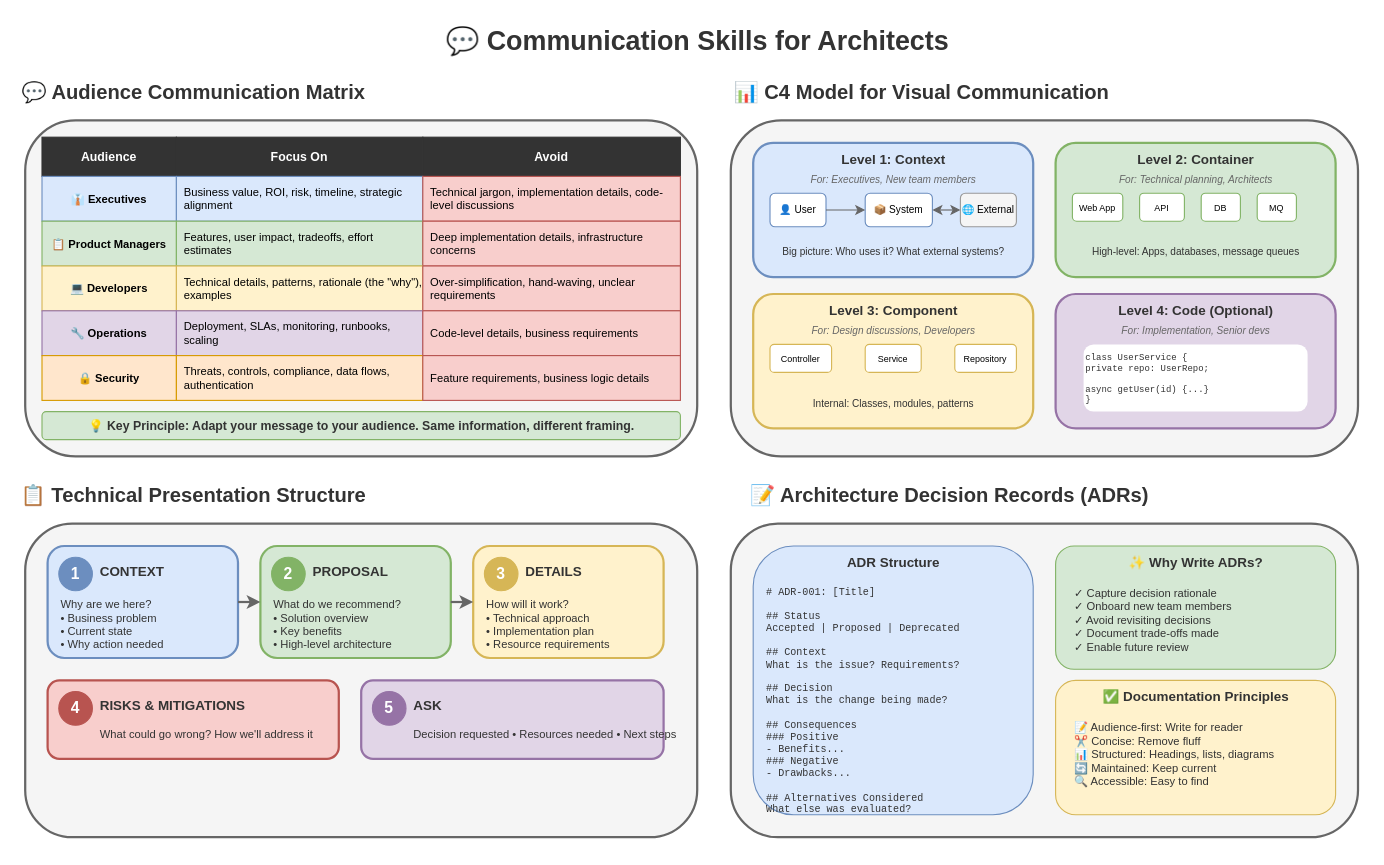
This is lesson-10-soft-skills/01-communication/1.1-communication-skills.drawio from MrParkerZ7/document-lesson-software-architect-x-claude, a draw.io file, before an edit. Source tidied: cells renumbered, new cells numbered last; positions are measured from the earlier drawing's top-left corner, leaving out a move shared by most shapes. Both pictures are drawn from the tidied source at 112%, with x=0, y=0 at pixel (25, 19).
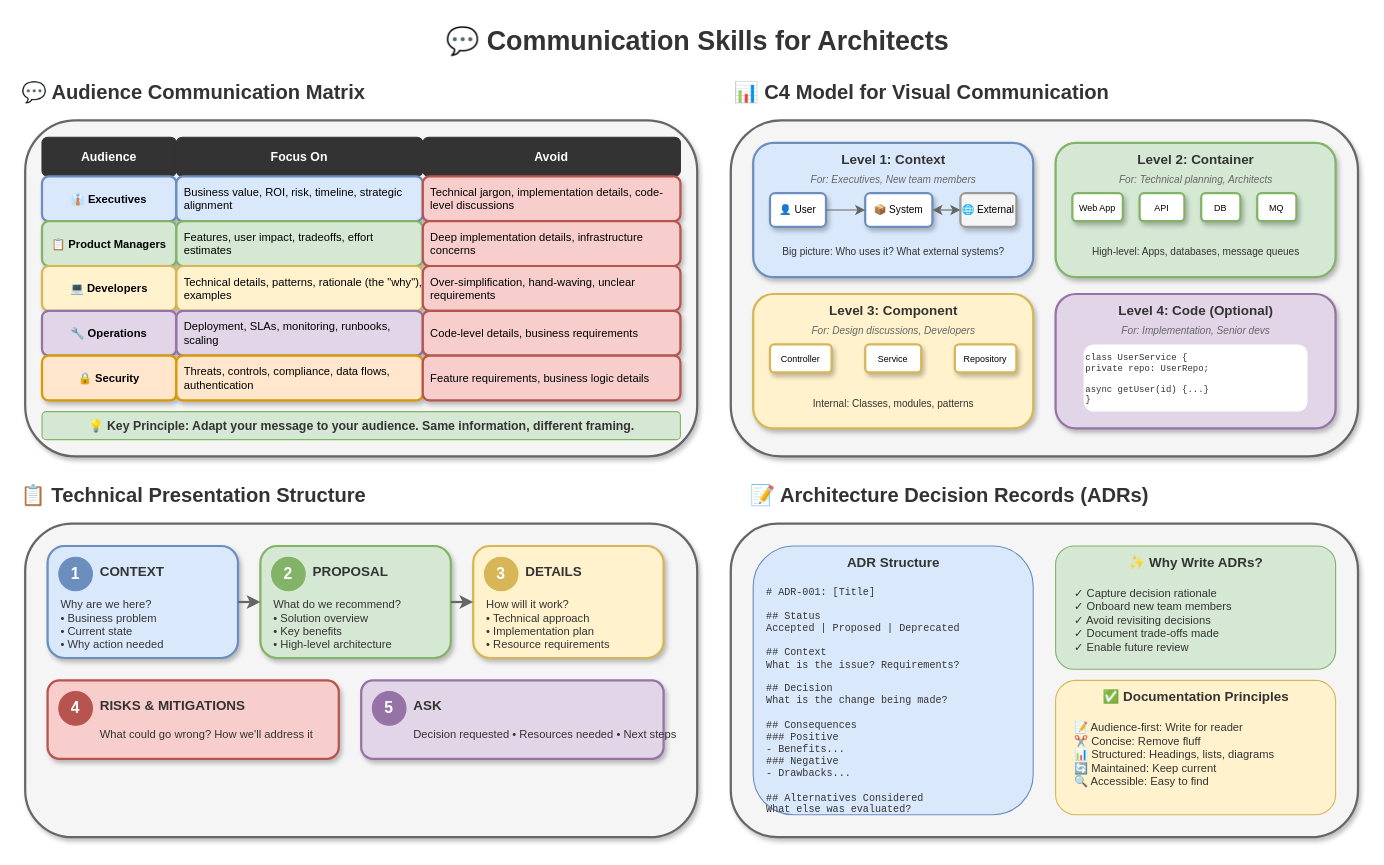
The same diagram, later.

What changed in the source:
```diff
@@
-    <mxCell id="4" style="rounded=1;whiteSpace=wrap;html=1;fillColor=#f5f5f5;strokeColor=#666666;strokeWidth=2;" parent="1" vertex="1">
+    <mxCell id="4" style="rounded=1;whiteSpace=wrap;html=1;fillColor=#f5f5f5;strokeColor=#666666;shadow=1;strokeWidth=2;" parent="1" vertex="1">
       <mxGeometry y="90" width="600" height="300" as="geometry" />
     </mxCell>
-    <mxCell id="5" value="Audience" style="rounded=0;whiteSpace=wrap;html=1;fillColor=#333333;strokeColor=#333333;fontColor=#ffffff;fontStyle=1;fontSize=11;" parent="1" vertex="1">
+    <mxCell id="5" value="Audience" style="rounded=1;whiteSpace=wrap;html=1;fillColor=#333333;strokeColor=#333333;fontColor=#ffffff;fontStyle=1;fontSize=11;" parent="1" vertex="1">
       <mxGeometry x="15" y="105" width="120" height="35" as="geometry" />
     </mxCell>
-    <mxCell id="6" value="Focus On" style="rounded=0;whiteSpace=wrap;html=1;fillColor=#333333;strokeColor=#333333;fontColor=#ffffff;fontStyle=1;fontSize=11;" parent="1" vertex="1">
+    <mxCell id="6" value="Focus On" style="rounded=1;whiteSpace=wrap;html=1;fillColor=#333333;strokeColor=#333333;fontColor=#ffffff;fontStyle=1;fontSize=11;" parent="1" vertex="1">
       <mxGeometry x="135" y="105" width="220" height="35" as="geometry" />
     </mxCell>
-    <mxCell id="7" value="Avoid" style="rounded=0;whiteSpace=wrap;html=1;fillColor=#333333;strokeColor=#333333;fontColor=#ffffff;fontStyle=1;fontSize=11;" parent="1" vertex="1">
+    <mxCell id="7" value="Avoid" style="rounded=1;whiteSpace=wrap;html=1;fillColor=#333333;strokeColor=#333333;fontColor=#ffffff;fontStyle=1;fontSize=11;" parent="1" vertex="1">
       <mxGeometry x="355" y="105" width="230" height="35" as="geometry" />
     </mxCell>
-    <mxCell id="8" value="👔 Executives" style="rounded=0;whiteSpace=wrap;html=1;fillColor=#dae8fc;strokeColor=#6c8ebf;fontSize=10;fontStyle=1;" parent="1" vertex="1">
+    <mxCell id="8" value="👔 Executives" style="rounded=1;whiteSpace=wrap;html=1;fillColor=#dae8fc;strokeColor=#6c8ebf;shadow=1;strokeWidth=2;fontSize=10;fontStyle=1;" parent="1" vertex="1">
       <mxGeometry x="15" y="140" width="120" height="40" as="geometry" />
     </mxCell>
-    <mxCell id="9" value="Business value, ROI, risk, timeline, strategic alignment" style="rounded=0;whiteSpace=wrap;html=1;fillColor=#dae8fc;strokeColor=#6c8ebf;fontSize=10;align=left;spacingLeft=5;" parent="1" vertex="1">
+    <mxCell id="9" value="Business value, ROI, risk, timeline, strategic alignment" style="rounded=1;whiteSpace=wrap;html=1;fillColor=#dae8fc;strokeColor=#6c8ebf;shadow=1;strokeWidth=2;fontSize=10;align=left;spacingLeft=5;" parent="1" vertex="1">
       <mxGeometry x="135" y="140" width="220" height="40" as="geometry" />
     </mxCell>
-    <mxCell id="10" value="Technical jargon, implementation details, code-level discussions" style="rounded=0;whiteSpace=wrap;html=1;fillColor=#f8cecc;strokeColor=#b85450;fontSize=10;align=left;spacingLeft=5;" parent="1" vertex="1">
+    <mxCell id="10" value="Technical jargon, implementation details, code-level discussions" style="rounded=1;whiteSpace=wrap;html=1;fillColor=#f8cecc;strokeColor=#b85450;shadow=1;strokeWidth=2;fontSize=10;align=left;spacingLeft=5;" parent="1" vertex="1">
       <mxGeometry x="355" y="140" width="230" height="40" as="geometry" />
     </mxCell>
-    <mxCell id="11" value="📋 Product Managers" style="rounded=0;whiteSpace=wrap;html=1;fillColor=#d5e8d4;strokeColor=#82b366;fontSize=10;fontStyle=1;" parent="1" vertex="1">
+    <mxCell id="11" value="📋 Product Managers" style="rounded=1;whiteSpace=wrap;html=1;fillColor=#d5e8d4;strokeColor=#82b366;shadow=1;strokeWidth=2;fontSize=10;fontStyle=1;" parent="1" vertex="1">
       <mxGeometry x="15" y="180" width="120" height="40" as="geometry" />
     </mxCell>
-    <mxCell id="12" value="Features, user impact, tradeoffs, effort estimates" style="rounded=0;whiteSpace=wrap;html=1;fillColor=#d5e8d4;strokeColor=#82b366;fontSize=10;align=left;spacingLeft=5;" parent="1" vertex="1">
+    <mxCell id="12" value="Features, user impact, tradeoffs, effort estimates" style="rounded=1;whiteSpace=wrap;html=1;fillColor=#d5e8d4;strokeColor=#82b366;shadow=1;strokeWidth=2;fontSize=10;align=left;spacingLeft=5;" parent="1" vertex="1">
       <mxGeometry x="135" y="180" width="220" height="40" as="geometry" />
     </mxCell>
-    <mxCell id="13" value="Deep implementation details, infrastructure concerns" style="rounded=0;whiteSpace=wrap;html=1;fillColor=#f8cecc;strokeColor=#b85450;fontSize=10;align=left;spacingLeft=5;" parent="1" vertex="1">
+    <mxCell id="13" value="Deep implementation details, infrastructure concerns" style="rounded=1;whiteSpace=wrap;html=1;fillColor=#f8cecc;strokeColor=#b85450;shadow=1;strokeWidth=2;fontSize=10;align=left;spacingLeft=5;" parent="1" vertex="1">
       <mxGeometry x="355" y="180" width="230" height="40" as="geometry" />
     </mxCell>
-    <mxCell id="14" value="💻 Developers" style="rounded=0;whiteSpace=wrap;html=1;fillColor=#fff2cc;strokeColor=#d6b656;fontSize=10;fontStyle=1;" parent="1" vertex="1">
+    <mxCell id="14" value="💻 Developers" style="rounded=1;whiteSpace=wrap;html=1;fillColor=#fff2cc;strokeColor=#d6b656;shadow=1;strokeWidth=2;fontSize=10;fontStyle=1;" parent="1" vertex="1">
       <mxGeometry x="15" y="220" width="120" height="40" as="geometry" />
     </mxCell>
-    <mxCell id="15" value="Technical details, patterns, rationale (the &quot;why&quot;), examples" style="rounded=0;whiteSpace=wrap;html=1;fillColor=#fff2cc;strokeColor=#d6b656;fontSize=10;align=left;spacingLeft=5;" parent="1" vertex="1">
+    <mxCell id="15" value="Technical details, patterns, rationale (the &quot;why&quot;), examples" style="rounded=1;whiteSpace=wrap;html=1;fillColor=#fff2cc;strokeColor=#d6b656;shadow=1;strokeWidth=2;fontSize=10;align=left;spacingLeft=5;" parent="1" vertex="1">
       <mxGeometry x="135" y="220" width="220" height="40" as="geometry" />
     </mxCell>
-    <mxCell id="16" value="Over-simplification, hand-waving, unclear requirements" style="rounded=0;whiteSpace=wrap;html=1;fillColor=#f8cecc;strokeColor=#b85450;fontSize=10;align=left;spacingLeft=5;" parent="1" vertex="1">
+    <mxCell id="16" value="Over-simplification, hand-waving, unclear requirements" style="rounded=1;whiteSpace=wrap;html=1;fillColor=#f8cecc;strokeColor=#b85450;shadow=1;strokeWidth=2;fontSize=10;align=left;spacingLeft=5;" parent="1" vertex="1">
       <mxGeometry x="355" y="220" width="230" height="40" as="geometry" />
     </mxCell>
-    <mxCell id="17" value="🔧 Operations" style="rounded=0;whiteSpace=wrap;html=1;fillColor=#e1d5e7;strokeColor=#9673a6;fontSize=10;fontStyle=1;" parent="1" vertex="1">
+    <mxCell id="17" value="🔧 Operations" style="rounded=1;whiteSpace=wrap;html=1;fillColor=#e1d5e7;strokeColor=#9673a6;shadow=1;strokeWidth=2;fontSize=10;fontStyle=1;" parent="1" vertex="1">
       <mxGeometry x="15" y="260" width="120" height="40" as="geometry" />
     </mxCell>
-    <mxCell id="18" value="Deployment, SLAs, monitoring, runbooks, scaling" style="rounded=0;whiteSpace=wrap;html=1;fillColor=#e1d5e7;strokeColor=#9673a6;fontSize=10;align=left;spacingLeft=5;" parent="1" vertex="1">
+    <mxCell id="18" value="Deployment, SLAs, monitoring, runbooks, scaling" style="rounded=1;whiteSpace=wrap;html=1;fillColor=#e1d5e7;strokeColor=#9673a6;shadow=1;strokeWidth=2;fontSize=10;align=left;spacingLeft=5;" parent="1" vertex="1">
       <mxGeometry x="135" y="260" width="220" height="40" as="geometry" />
     </mxCell>
-    <mxCell id="19" value="Code-level details, business requirements" style="rounded=0;whiteSpace=wrap;html=1;fillColor=#f8cecc;strokeColor=#b85450;fontSize=10;align=left;spacingLeft=5;" parent="1" vertex="1">
+    <mxCell id="19" value="Code-level details, business requirements" style="rounded=1;whiteSpace=wrap;html=1;fillColor=#f8cecc;strokeColor=#b85450;shadow=1;strokeWidth=2;fontSize=10;align=left;spacingLeft=5;" parent="1" vertex="1">
       <mxGeometry x="355" y="260" width="230" height="40" as="geometry" />
     </mxCell>
-    <mxCell id="20" value="🔒 Security" style="rounded=0;whiteSpace=wrap;html=1;fillColor=#ffe6cc;strokeColor=#d79b00;fontSize=10;fontStyle=1;" parent="1" vertex="1">
+    <mxCell id="20" value="🔒 Security" style="rounded=1;whiteSpace=wrap;html=1;fillColor=#ffe6cc;strokeColor=#d79b00;shadow=1;strokeWidth=2;fontSize=10;fontStyle=1;" parent="1" vertex="1">
       <mxGeometry x="15" y="300" width="120" height="40" as="geometry" />
     </mxCell>
-    <mxCell id="21" value="Threats, controls, compliance, data flows, authentication" style="rounded=0;whiteSpace=wrap;html=1;fillColor=#ffe6cc;strokeColor=#d79b00;fontSize=10;align=left;spacingLeft=5;" parent="1" vertex="1">
+    <mxCell id="21" value="Threats, controls, compliance, data flows, authentication" style="rounded=1;whiteSpace=wrap;html=1;fillColor=#ffe6cc;strokeColor=#d79b00;shadow=1;strokeWidth=2;fontSize=10;align=left;spacingLeft=5;" parent="1" vertex="1">
       <mxGeometry x="135" y="300" width="220" height="40" as="geometry" />
     </mxCell>
-    <mxCell id="22" value="Feature requirements, business logic details" style="rounded=0;whiteSpace=wrap;html=1;fillColor=#f8cecc;strokeColor=#b85450;fontSize=10;align=left;spacingLeft=5;" parent="1" vertex="1">
+    <mxCell id="22" value="Feature requirements, business logic details" style="rounded=1;whiteSpace=wrap;html=1;fillColor=#f8cecc;strokeColor=#b85450;shadow=1;strokeWidth=2;fontSize=10;align=left;spacingLeft=5;" parent="1" vertex="1">
       <mxGeometry x="355" y="300" width="230" height="40" as="geometry" />
     </mxCell>
@@
-    <mxCell id="25" style="rounded=1;whiteSpace=wrap;html=1;fillColor=#f5f5f5;strokeColor=#666666;strokeWidth=2;" parent="1" vertex="1">
+    <mxCell id="25" style="rounded=1;whiteSpace=wrap;html=1;fillColor=#f5f5f5;strokeColor=#666666;shadow=1;strokeWidth=2;" parent="1" vertex="1">
       <mxGeometry x="630" y="90" width="560" height="300" as="geometry" />
     </mxCell>
-    <mxCell id="26" style="rounded=1;whiteSpace=wrap;html=1;fillColor=#dae8fc;strokeColor=#6c8ebf;strokeWidth=2;" parent="1" vertex="1">
+    <mxCell id="26" style="rounded=1;whiteSpace=wrap;html=1;fillColor=#dae8fc;strokeColor=#6c8ebf;strokeWidth=2;shadow=1;" parent="1" vertex="1">
       <mxGeometry x="650" y="110" width="250" height="120" as="geometry" />
     </mxCell>
@@
-    <mxCell id="29" value="👤 User" style="rounded=1;whiteSpace=wrap;html=1;fillColor=#ffffff;strokeColor=#6c8ebf;fontSize=9;" parent="1" vertex="1">
+    <mxCell id="29" value="👤 User" style="rounded=1;whiteSpace=wrap;html=1;fillColor=#ffffff;strokeColor=#6c8ebf;shadow=1;strokeWidth=2;fontSize=9;" parent="1" vertex="1">
       <mxGeometry x="665" y="155" width="50" height="30" as="geometry" />
     </mxCell>
-    <mxCell id="30" value="📦 System" style="rounded=1;whiteSpace=wrap;html=1;fillColor=#ffffff;strokeColor=#6c8ebf;fontSize=9;" parent="1" vertex="1">
+    <mxCell id="30" value="📦 System" style="rounded=1;whiteSpace=wrap;html=1;fillColor=#ffffff;strokeColor=#6c8ebf;shadow=1;strokeWidth=2;fontSize=9;" parent="1" vertex="1">
       <mxGeometry x="750" y="155" width="60" height="30" as="geometry" />
     </mxCell>
-    <mxCell id="31" value="🌐 External" style="rounded=1;whiteSpace=wrap;html=1;fillColor=#f5f5f5;strokeColor=#999999;fontSize=9;" parent="1" vertex="1">
+    <mxCell id="31" value="🌐 External" style="rounded=1;whiteSpace=wrap;html=1;fillColor=#f5f5f5;strokeColor=#999999;shadow=1;strokeWidth=2;fontSize=9;" parent="1" vertex="1">
       <mxGeometry x="835" y="155" width="50" height="30" as="geometry" />
     </mxCell>
@@
-    <mxCell id="35" style="rounded=1;whiteSpace=wrap;html=1;fillColor=#d5e8d4;strokeColor=#82b366;strokeWidth=2;" parent="1" vertex="1">
+    <mxCell id="35" style="rounded=1;whiteSpace=wrap;html=1;fillColor=#d5e8d4;strokeColor=#82b366;strokeWidth=2;shadow=1;" parent="1" vertex="1">
       <mxGeometry x="920" y="110" width="250" height="120" as="geometry" />
     </mxCell>
@@
-    <mxCell id="38" value="Web App" style="rounded=1;whiteSpace=wrap;html=1;fillColor=#ffffff;strokeColor=#82b366;fontSize=8;" parent="1" vertex="1">
+    <mxCell id="38" value="Web App" style="rounded=1;whiteSpace=wrap;html=1;fillColor=#ffffff;strokeColor=#82b366;shadow=1;strokeWidth=2;fontSize=8;" parent="1" vertex="1">
       <mxGeometry x="935" y="155" width="45" height="25" as="geometry" />
     </mxCell>
-    <mxCell id="39" value="API" style="rounded=1;whiteSpace=wrap;html=1;fillColor=#ffffff;strokeColor=#82b366;fontSize=8;" parent="1" vertex="1">
+    <mxCell id="39" value="API" style="rounded=1;whiteSpace=wrap;html=1;fillColor=#ffffff;strokeColor=#82b366;shadow=1;strokeWidth=2;fontSize=8;" parent="1" vertex="1">
       <mxGeometry x="995" y="155" width="40" height="25" as="geometry" />
     </mxCell>
-    <mxCell id="40" value="DB" style="rounded=1;whiteSpace=wrap;html=1;fillColor=#ffffff;strokeColor=#82b366;fontSize=8;" parent="1" vertex="1">
+    <mxCell id="40" value="DB" style="rounded=1;whiteSpace=wrap;html=1;fillColor=#ffffff;strokeColor=#82b366;shadow=1;strokeWidth=2;fontSize=8;" parent="1" vertex="1">
       <mxGeometry x="1050" y="155" width="35" height="25" as="geometry" />
     </mxCell>
-    <mxCell id="41" value="MQ" style="rounded=1;whiteSpace=wrap;html=1;fillColor=#ffffff;strokeColor=#82b366;fontSize=8;" parent="1" vertex="1">
+    <mxCell id="41" value="MQ" style="rounded=1;whiteSpace=wrap;html=1;fillColor=#ffffff;strokeColor=#82b366;shadow=1;strokeWidth=2;fontSize=8;" parent="1" vertex="1">
       <mxGeometry x="1100" y="155" width="35" height="25" as="geometry" />
     </mxCell>
@@
-    <mxCell id="43" style="rounded=1;whiteSpace=wrap;html=1;fillColor=#fff2cc;strokeColor=#d6b656;strokeWidth=2;" parent="1" vertex="1">
+    <mxCell id="43" style="rounded=1;whiteSpace=wrap;html=1;fillColor=#fff2cc;strokeColor=#d6b656;strokeWidth=2;shadow=1;" parent="1" vertex="1">
       <mxGeometry x="650" y="245" width="250" height="120" as="geometry" />
     </mxCell>
@@
-    <mxCell id="46" value="Controller" style="rounded=1;whiteSpace=wrap;html=1;fillColor=#ffffff;strokeColor=#d6b656;fontSize=8;" parent="1" vertex="1">
+    <mxCell id="46" value="Controller" style="rounded=1;whiteSpace=wrap;html=1;fillColor=#ffffff;strokeColor=#d6b656;shadow=1;strokeWidth=2;fontSize=8;" parent="1" vertex="1">
       <mxGeometry x="665" y="290" width="55" height="25" as="geometry" />
     </mxCell>
-    <mxCell id="47" value="Service" style="rounded=1;whiteSpace=wrap;html=1;fillColor=#ffffff;strokeColor=#d6b656;fontSize=8;" parent="1" vertex="1">
+    <mxCell id="47" value="Service" style="rounded=1;whiteSpace=wrap;html=1;fillColor=#ffffff;strokeColor=#d6b656;shadow=1;strokeWidth=2;fontSize=8;" parent="1" vertex="1">
       <mxGeometry x="750" y="290" width="50" height="25" as="geometry" />
     </mxCell>
-    <mxCell id="48" value="Repository" style="rounded=1;whiteSpace=wrap;html=1;fillColor=#ffffff;strokeColor=#d6b656;fontSize=8;" parent="1" vertex="1">
+    <mxCell id="48" value="Repository" style="rounded=1;whiteSpace=wrap;html=1;fillColor=#ffffff;strokeColor=#d6b656;shadow=1;strokeWidth=2;fontSize=8;" parent="1" vertex="1">
       <mxGeometry x="830" y="290" width="55" height="25" as="geometry" />
     </mxCell>
@@
-    <mxCell id="50" style="rounded=1;whiteSpace=wrap;html=1;fillColor=#e1d5e7;strokeColor=#9673a6;strokeWidth=2;" parent="1" vertex="1">
+    <mxCell id="50" style="rounded=1;whiteSpace=wrap;html=1;fillColor=#e1d5e7;strokeColor=#9673a6;strokeWidth=2;shadow=1;" parent="1" vertex="1">
       <mxGeometry x="920" y="245" width="250" height="120" as="geometry" />
     </mxCell>
@@
-    <mxCell id="55" style="rounded=1;whiteSpace=wrap;html=1;fillColor=#f5f5f5;strokeColor=#666666;strokeWidth=2;" parent="1" vertex="1">
+    <mxCell id="55" style="rounded=1;whiteSpace=wrap;html=1;fillColor=#f5f5f5;strokeColor=#666666;shadow=1;strokeWidth=2;" parent="1" vertex="1">
       <mxGeometry y="450" width="600" height="280" as="geometry" />
     </mxCell>
-    <mxCell id="56" style="rounded=1;whiteSpace=wrap;html=1;fillColor=#dae8fc;strokeColor=#6c8ebf;strokeWidth=2;" parent="1" vertex="1">
+    <mxCell id="56" style="rounded=1;whiteSpace=wrap;html=1;fillColor=#dae8fc;strokeColor=#6c8ebf;strokeWidth=2;shadow=1;" parent="1" vertex="1">
       <mxGeometry x="20" y="470" width="170" height="100" as="geometry" />
     </mxCell>
@@
-    <mxCell id="60" style="rounded=1;whiteSpace=wrap;html=1;fillColor=#d5e8d4;strokeColor=#82b366;strokeWidth=2;" parent="1" vertex="1">
+    <mxCell id="60" style="rounded=1;whiteSpace=wrap;html=1;fillColor=#d5e8d4;strokeColor=#82b366;strokeWidth=2;shadow=1;" parent="1" vertex="1">
       <mxGeometry x="210" y="470" width="170" height="100" as="geometry" />
     </mxCell>
@@
-    <mxCell id="64" style="rounded=1;whiteSpace=wrap;html=1;fillColor=#fff2cc;strokeColor=#d6b656;strokeWidth=2;" parent="1" vertex="1">
+    <mxCell id="64" style="rounded=1;whiteSpace=wrap;html=1;fillColor=#fff2cc;strokeColor=#d6b656;strokeWidth=2;shadow=1;" parent="1" vertex="1">
       <mxGeometry x="400" y="470" width="170" height="100" as="geometry" />
     </mxCell>
@@
-    <mxCell id="68" style="rounded=1;whiteSpace=wrap;html=1;fillColor=#f8cecc;strokeColor=#b85450;strokeWidth=2;" parent="1" vertex="1">
+    <mxCell id="68" style="rounded=1;whiteSpace=wrap;html=1;fillColor=#f8cecc;strokeColor=#b85450;strokeWidth=2;shadow=1;" parent="1" vertex="1">
       <mxGeometry x="20" y="590" width="260" height="70" as="geometry" />
     </mxCell>
@@
-    <mxCell id="72" style="rounded=1;whiteSpace=wrap;html=1;fillColor=#e1d5e7;strokeColor=#9673a6;strokeWidth=2;" parent="1" vertex="1">
+    <mxCell id="72" style="rounded=1;whiteSpace=wrap;html=1;fillColor=#e1d5e7;strokeColor=#9673a6;strokeWidth=2;shadow=1;" parent="1" vertex="1">
       <mxGeometry x="300" y="590" width="270" height="70" as="geometry" />
     </mxCell>
@@
-    <mxCell id="79" style="rounded=1;whiteSpace=wrap;html=1;fillColor=#f5f5f5;strokeColor=#666666;strokeWidth=2;" parent="1" vertex="1">
+    <mxCell id="79" style="rounded=1;whiteSpace=wrap;html=1;fillColor=#f5f5f5;strokeColor=#666666;shadow=1;strokeWidth=2;" parent="1" vertex="1">
       <mxGeometry x="630" y="450" width="560" height="280" as="geometry" />
     </mxCell>
```
